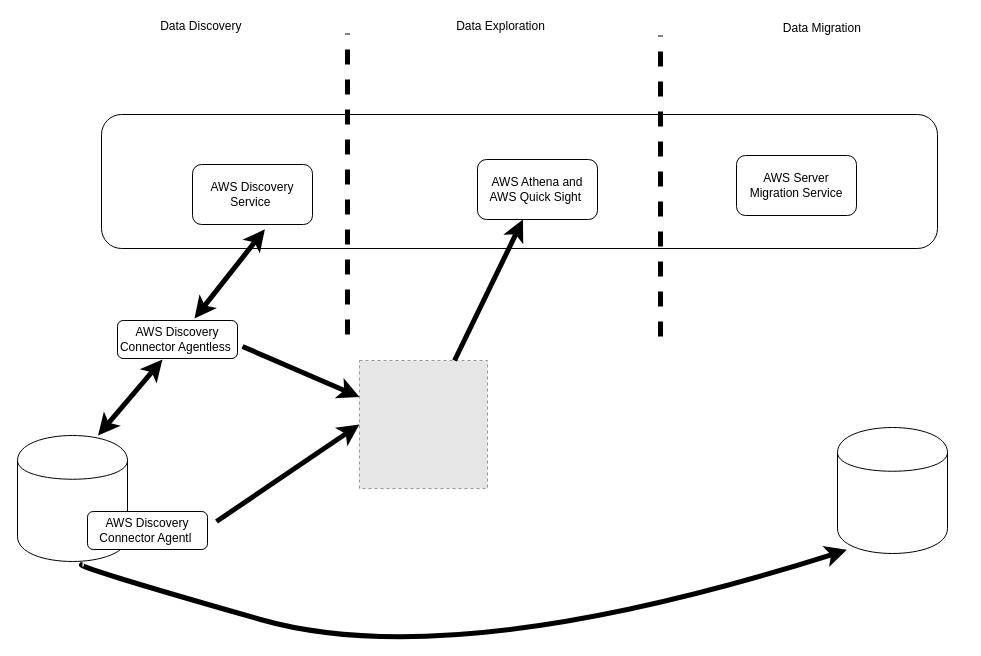
kaustavdassoa/Diagrams keeps this draw.io diagram as AWSDataMigration.drawio. Above is the earlier version. Source tidied: cells renumbered, new cells numbered last; positions are measured from the earlier drawing's top-left corner, leaving out a move shared by most shapes. Both pictures are drawn from the tidied source at 100%, with x=0, y=0 at pixel (17, 17). Pictures stored in the file or linked from it are replaced by grey dashed boxes.
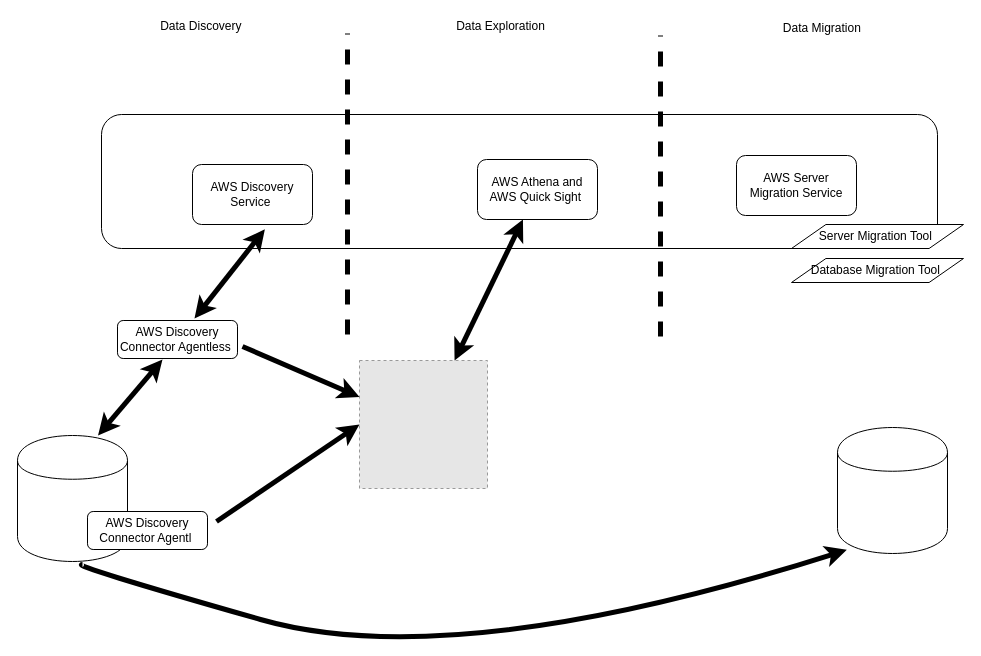
The same diagram, later.

Unchanged cells that the change refers to:
```xml
<mxCell id="9" style="fillColor=#E6E6E6;strokeColor=#999999;dashed=1;html=1;verticalAlign=top;verticalLabelPosition=bottom;labelBackgroundColor=#ffffff;" parent="1" vertex="1">
  <mxGeometry x="342" y="343" width="128" height="128" as="geometry" />
</mxCell>
<mxCell id="11" value="AWS Athena and AWS Quick Sight&amp;nbsp;" style="rounded=1;whiteSpace=wrap;html=1;" parent="1" vertex="1">
  <mxGeometry x="460" y="142" width="120" height="60" as="geometry" />
</mxCell>
```

Change to the diagram source:
```diff
@@
-    <mxCell id="12" style="endArrow=classic;html=1;strokeWidth=5;startArrow=none;startFill=0;" parent="1" edge="1" source="9" target="11">
+    <mxCell id="12" style="endArrow=classic;html=1;strokeWidth=5;startArrow=classic;startFill=1;" parent="1" edge="1" source="9" target="11">
       <mxGeometry relative="1" as="geometry" />
     </mxCell>
@@
+    <mxCell id="22" value="Server Migration Tool&amp;nbsp;" style="shape=parallelogram;perimeter=parallelogramPerimeter;whiteSpace=wrap;html=1;" parent="1" vertex="1">
+      <mxGeometry x="774" y="207" width="172" height="24" as="geometry" />
+    </mxCell>
+    <mxCell id="23" value="Database Migration Tool&amp;nbsp;" style="shape=parallelogram;perimeter=parallelogramPerimeter;whiteSpace=wrap;html=1;" parent="1" vertex="1">
+      <mxGeometry x="774" y="241" width="172" height="24" as="geometry" />
+    </mxCell>
```
